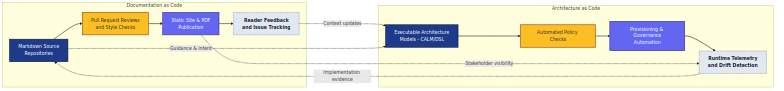
The Mermaid diagram docs/images/diagram_22_tool_alignment.png in Geonitab/architecture_as_code, before a commit. Its source is kept beside it as docs/images/diagram_22_tool_alignment.mmd.
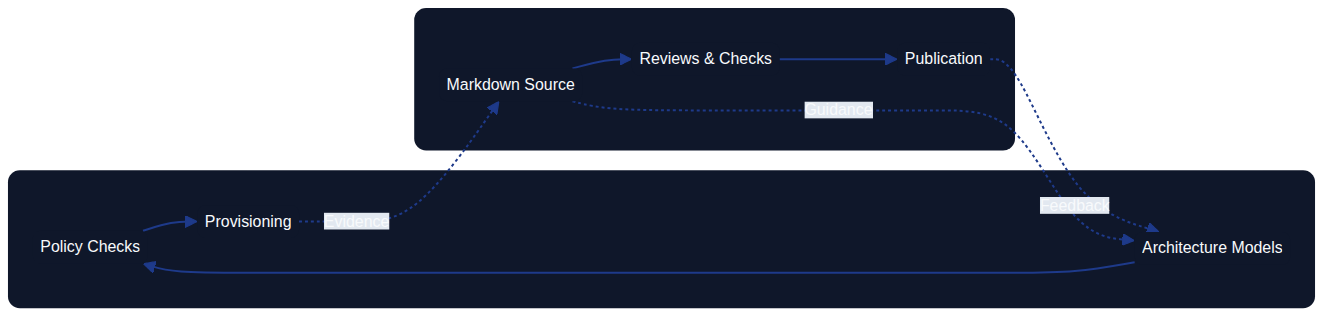
Above is the later version.

Change to the diagram source:
```diff
@@ -1,12 +1,5 @@
 
 flowchart LR
-    classDef kv-primary fill:#1e3a8a,stroke:#0f172a,stroke-width:2px,color:#f8fafc;
-    classDef kv-accent fill:#6366f1,stroke:#312e81,stroke-width:2px,color:#f8fafc;
-    classDef kv-highlight fill:#fbbf24,stroke:#92400e,stroke-width:2px,color:#1f2937;
-    classDef kv-muted fill:#e2e8f0,stroke:#475569,stroke-width:1px,color:#0f172a;
-    classDef kv-connector stroke-dasharray:4 2,stroke:#1e3a8a,color:#0f172a,font-weight:bold;
-
-    linkStyle default stroke:#0f172a,stroke-width:2px;
     subgraph Documentation_as_Code[Documentation as Code]
         Docs[Markdown Source]:::kv-primary --> Reviews[Reviews & Checks]:::kv-highlight
         Reviews --> Publish[Publication]:::kv-accent
@@ -20,5 +13,3 @@
     Publish -.Feedback.-> Models
     Provision -.Evidence.-> Docs
     Docs -.Guidance.-> Models
-
-    class Publish,Provision kv-connector;
```
